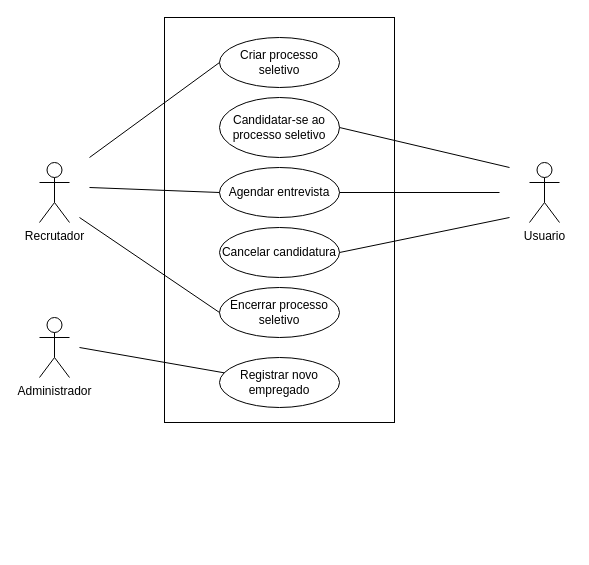
Before: page "RH - sistema recrutamento v2" (1 of 6) of diagramas.drawio.xml in LMoraes7/sistema_rh, a draw.io diagram. Source tidied: cells renumbered, new cells numbered last; positions are measured from the earlier drawing's top-left corner, leaving out a move shared by most shapes. Both pictures are drawn from the tidied source at 100%, with x=0, y=0 at pixel (39, 17).
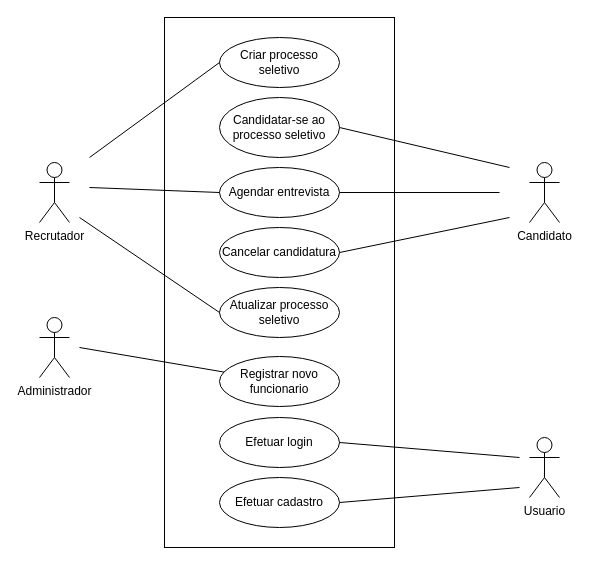
The same diagram, later.

Change to the diagram source:
```diff
@@
     <mxCell id="2" style="rounded=0;whiteSpace=wrap;html=1;" parent="1" vertex="1">
-      <mxGeometry x="125" width="230" height="405" as="geometry" />
+      <mxGeometry x="125" width="230" height="530" as="geometry" />
     </mxCell>
-    <mxCell id="3" value="Usuario" style="shape=umlActor;verticalLabelPosition=bottom;verticalAlign=top;html=1;" parent="1" vertex="1">
+    <mxCell id="3" value="Candidato" style="shape=umlActor;verticalLabelPosition=bottom;verticalAlign=top;html=1;" parent="1" vertex="1">
       <mxGeometry x="490" y="145" width="30" height="60" as="geometry" />
     </mxCell>
@@
-    <mxCell id="9" value="Encerrar processo seletivo" style="ellipse;whiteSpace=wrap;html=1;" parent="1" vertex="1">
+    <mxCell id="9" value="Atualizar processo seletivo" style="ellipse;whiteSpace=wrap;html=1;" parent="1" vertex="1">
       <mxGeometry x="180" y="270" width="120" height="50" as="geometry" />
     </mxCell>
@@
-    <mxCell id="16" value="Registrar novo empregado" style="ellipse;whiteSpace=wrap;html=1;" parent="1" vertex="1">
-      <mxGeometry x="180" y="340" width="120" height="50" as="geometry" />
+    <mxCell id="16" value="Registrar novo funcionario" style="ellipse;whiteSpace=wrap;html=1;" parent="1" vertex="1">
+      <mxGeometry x="180" y="339" width="120" height="50" as="geometry" />
     </mxCell>
@@
+    <mxCell id="19" value="Efetuar login" style="ellipse;whiteSpace=wrap;html=1;" parent="1" vertex="1">
+      <mxGeometry x="180" y="400" width="120" height="50" as="geometry" />
+    </mxCell>
+    <mxCell id="20" value="Efetuar cadastro" style="ellipse;whiteSpace=wrap;html=1;" parent="1" vertex="1">
+      <mxGeometry x="180" y="460" width="120" height="50" as="geometry" />
+    </mxCell>
+    <mxCell id="21" value="Usuario" style="shape=umlActor;verticalLabelPosition=bottom;verticalAlign=top;html=1;" parent="1" vertex="1">
+      <mxGeometry x="490" y="420" width="30" height="60" as="geometry" />
+    </mxCell>
+    <mxCell id="22" style="endArrow=none;html=1;rounded=0;exitX=1;exitY=0.5;exitDx=0;exitDy=0;" parent="1" edge="1" source="19">
+      <mxGeometry relative="1" as="geometry">
+        <mxPoint x="480" y="440" as="targetPoint" />
+      </mxGeometry>
+    </mxCell>
+    <mxCell id="23" style="endArrow=none;html=1;rounded=0;exitX=1;exitY=0.5;exitDx=0;exitDy=0;" parent="1" edge="1" source="20">
+      <mxGeometry relative="1" as="geometry">
+        <mxPoint x="480" y="470" as="targetPoint" />
+      </mxGeometry>
+    </mxCell>
```
